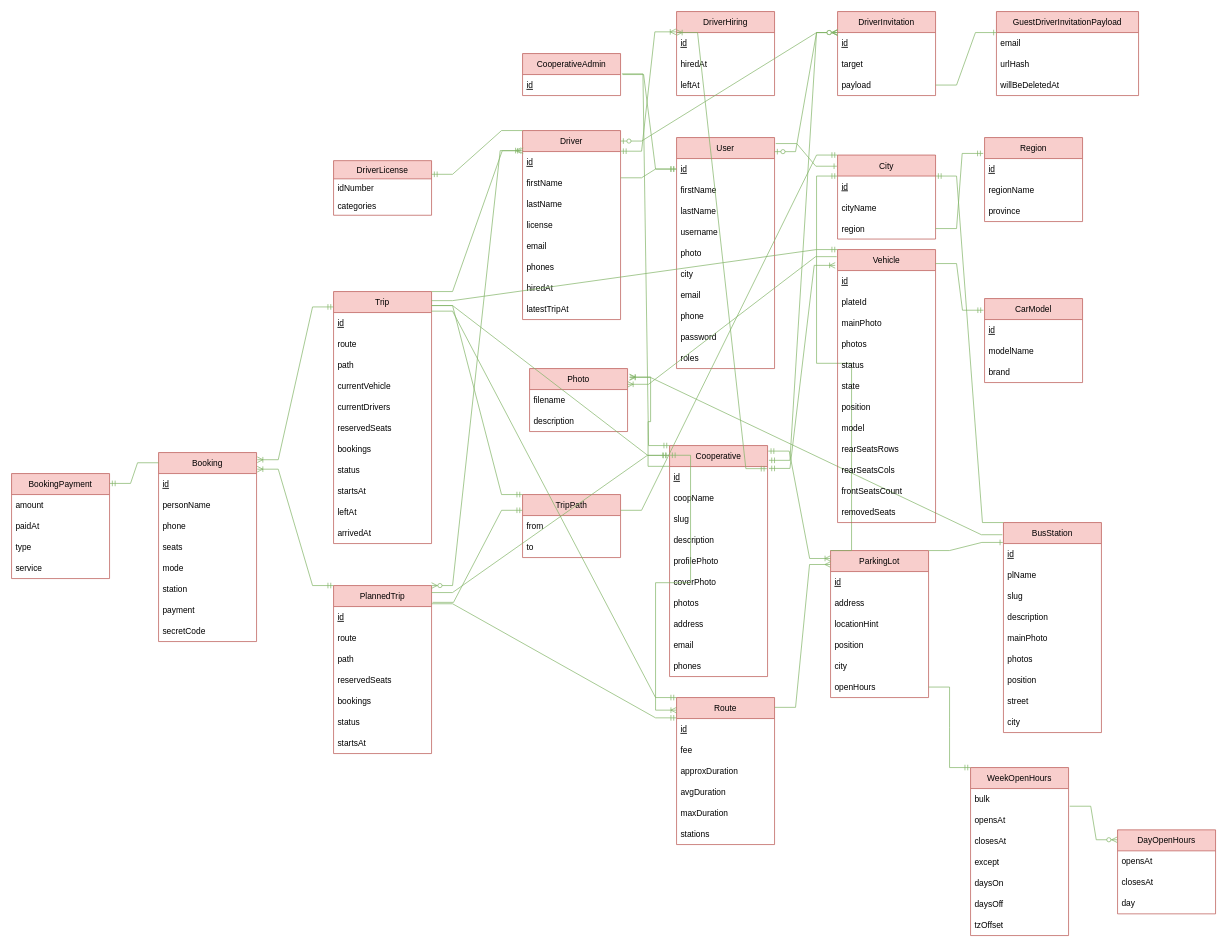
This is page "Entity-Relation diagram" (1 of 2) of diagrams/zaha-dia.drawio from Grand-projet-INFO4/graphql-api-nestjs-apollo-mongoose-mongodb, a draw.io file, before an edit. Source tidied: cells renumbered, new cells numbered last; positions are measured from the earlier drawing's top-left corner, leaving out a move shared by most shapes. Both pictures are drawn from the tidied source at 70%, with x=0, y=0 at pixel (11, 11).
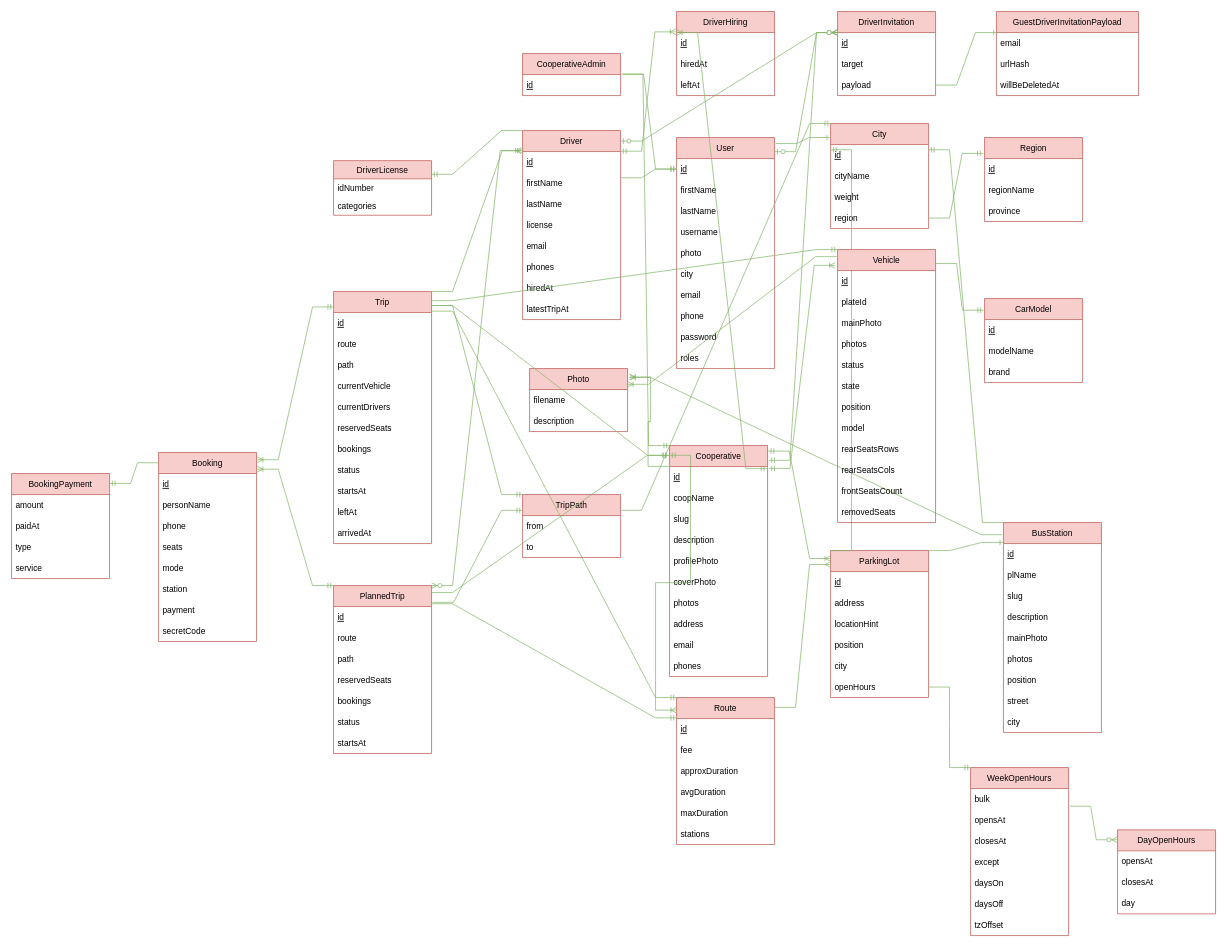
The same page after the edit.

The edit, as a diff of the source:
```diff
@@
     <mxCell id="13" value="City" style="swimlane;fontStyle=0;horizontal=1;startSize=30;fillColor=#f8cecc;strokeColor=#b85450;" parent="1" vertex="1">
-      <mxGeometry x="1180" y="205" width="140" height="120" as="geometry" />
+      <mxGeometry x="1170" y="160" width="140" height="150" as="geometry" />
     </mxCell>
@@
+    <mxCell id="189" value="weight" style="text;strokeColor=none;fillColor=none;align=left;verticalAlign=middle;spacingLeft=4;spacingRight=4;overflow=hidden;" parent="13" vertex="1">
+      <mxGeometry y="90" width="140" height="30" as="geometry" />
+    </mxCell>
     <mxCell id="16" value="region" style="text;strokeColor=none;fillColor=none;align=left;verticalAlign=middle;spacingLeft=4;spacingRight=4;overflow=hidden;points=[[0,0.5],[1,0.5]];portConstraint=eastwest;" parent="13" vertex="1">
-      <mxGeometry y="90" width="140" height="30" as="geometry" />
+      <mxGeometry y="120" width="140" height="30" as="geometry" />
     </mxCell>
```
